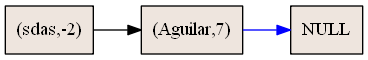
Eduardo01004/-EDD-_1S2019_P1_201612124 keeps this Graphviz diagram as ColaScore.png. Above is the earlier version. Its source is kept beside it as ColaScore.dot. Its diagram source:
```dot
digraph G{ rankdir=LR;
2942451[shape=record, style=filled, fillcolor=seashell2,label="(sdas,-2)"];
2942451->2947433
2947433[shape=record, style=filled, fillcolor=seashell2,label="(Aguilar,7)"];
null[shape=record, style=filled, fillcolor=seashell2,label="NULL"];
2947433->null[ color="blue"]
}
```
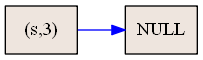
After the change.

What changed in the source:
```diff
@@ -1,7 +1,5 @@
 digraph G{ rankdir=LR;
-2942451[shape=record, style=filled, fillcolor=seashell2,label="(sdas,-2)"];
-2942451->2947433
-2947433[shape=record, style=filled, fillcolor=seashell2,label="(Aguilar,7)"];
+949261[shape=record, style=filled, fillcolor=seashell2,label="(s,3)"];
 null[shape=record, style=filled, fillcolor=seashell2,label="NULL"];
-2947433->null[ color="blue"]
+949261->null[ color="blue"]
 }
```
